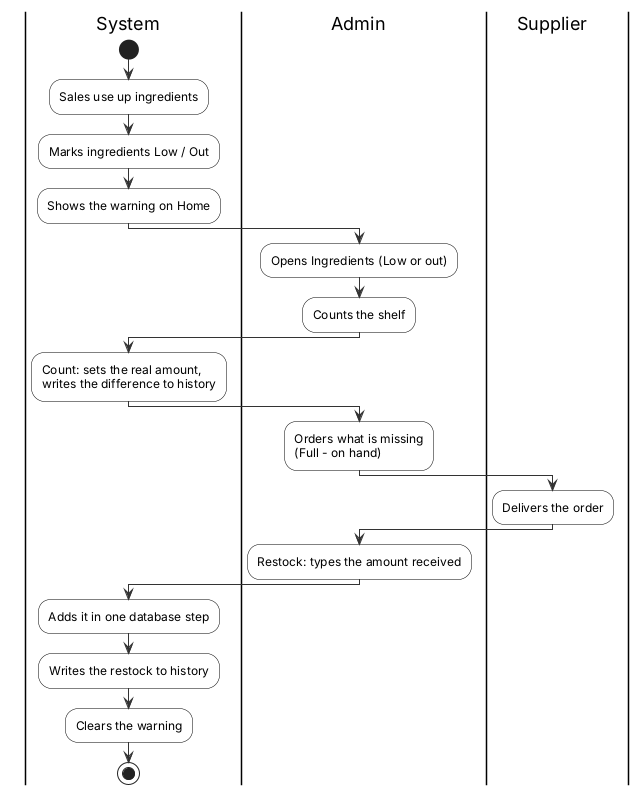
Earlier version of the PlantUML export diagrams/uml/23_process_restock.png (JmlAsync/inventory-pos-system).
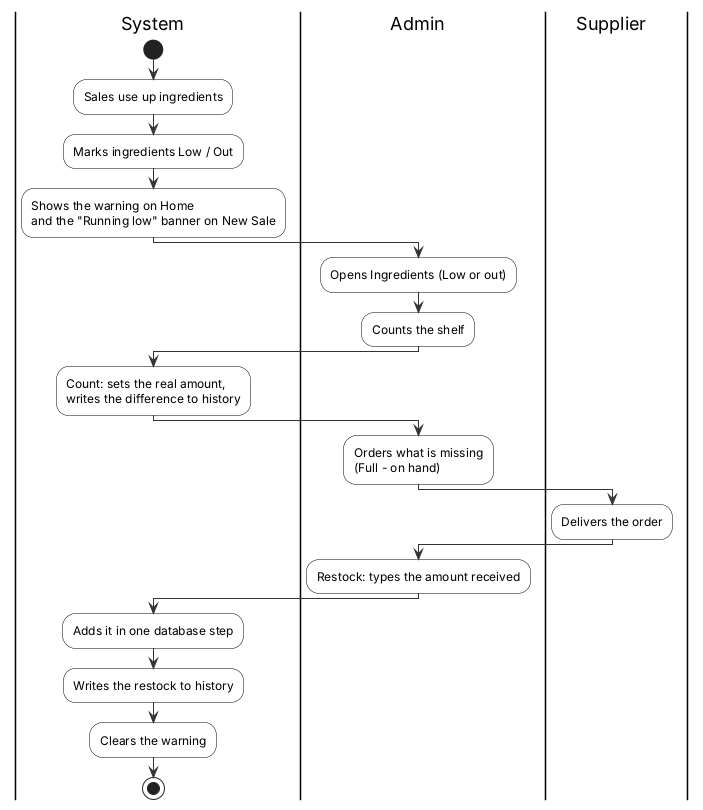
After the commit.

What changed in the source:
```diff
@@ -41,7 +41,7 @@
 start
 :Sales use up ingredients;
 :Marks ingredients Low / Out;
-:Shows the warning on Home;
+:Shows the warning on Home\nand the "Running low" banner on New Sale;
 |Admin|
 :Opens Ingredients (Low or out);
 :Counts the shelf;
```
